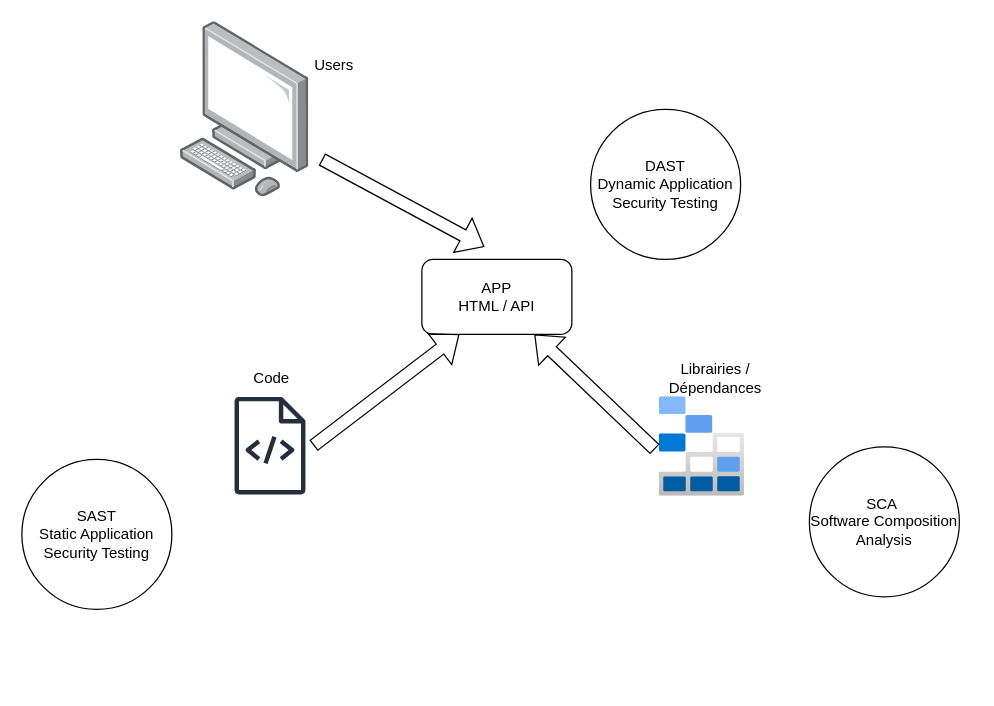
Before: security_flow.drawio in antikkorps/security_flow, a draw.io diagram. Source tidied: cells renumbered, new cells numbered last; positions are measured from the earlier drawing's top-left corner, leaving out a move shared by most shapes. Both pictures are drawn from the tidied source at 125%, with x=0, y=0 at pixel (21, 21). Pictures stored in the file or linked from it are replaced by grey dashed boxes.
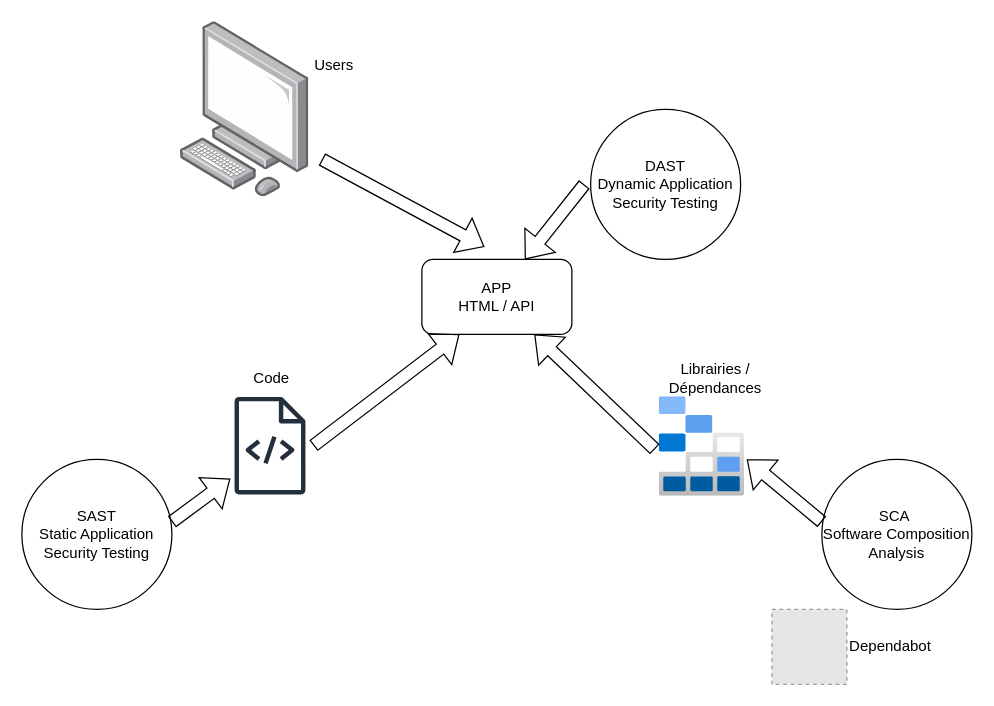
The same page after the edit.

Commit message (it also covers changes not shown here):
Mettre à jour security_flow.drawio

Unchanged cells that the change refers to:
```xml
<mxCell id="2" value="&lt;div&gt;APP&lt;/div&gt;HTML / API" style="rounded=1;whiteSpace=wrap;html=1;" parent="1" vertex="1">
  <mxGeometry x="320" y="190" width="120" height="60" as="geometry" />
</mxCell>
```

The edit, as a diff of the source:
```diff
@@
     <mxCell id="13" value="SCA&amp;nbsp;&lt;div&gt;Software Composition Analysis&lt;/div&gt;" style="ellipse;whiteSpace=wrap;html=1;" parent="1" vertex="1">
-      <mxGeometry x="630" y="340" width="120" height="120" as="geometry" />
+      <mxGeometry x="640" y="350" width="120" height="120" as="geometry" />
     </mxCell>
@@
+    <mxCell id="15" style="shape=flexArrow;endArrow=classic;html=1;rounded=0;entryX=0.687;entryY=0;entryDx=0;entryDy=0;entryPerimeter=0;" parent="1" edge="1" target="2">
+      <mxGeometry relative="1" as="geometry">
+        <mxPoint x="450" y="130" as="sourcePoint" />
+      </mxGeometry>
+    </mxCell>
+    <mxCell id="16" style="shape=flexArrow;endArrow=classic;html=1;rounded=0;entryX=0.25;entryY=1;entryDx=0;entryDy=0;" parent="1" edge="1">
+      <mxGeometry relative="1" as="geometry">
+        <mxPoint x="120" y="400" as="sourcePoint" />
+        <mxPoint x="166.7" y="365.5" as="targetPoint" />
+      </mxGeometry>
+    </mxCell>
+    <mxCell id="17" style="shape=flexArrow;endArrow=classic;html=1;rounded=0;entryX=0.75;entryY=1;entryDx=0;entryDy=0;" parent="1" edge="1">
+      <mxGeometry relative="1" as="geometry">
+        <mxPoint x="640" y="400" as="sourcePoint" />
+        <mxPoint x="580" y="350" as="targetPoint" />
+      </mxGeometry>
+    </mxCell>
+    <mxCell id="18" style="fillColor=#E6E6E6;strokeColor=#999999;dashed=1;html=1;verticalAlign=top;verticalLabelPosition=bottom;labelBackgroundColor=#ffffff;" parent="1" vertex="1">
+      <mxGeometry x="600" y="470" width="60" height="60" as="geometry" />
+    </mxCell>
+    <mxCell id="19" value="Dependabot" style="text;html=1;whiteSpace=wrap;strokeColor=none;fillColor=none;align=center;verticalAlign=middle;rounded=0;" parent="1" vertex="1">
+      <mxGeometry x="640" y="485" width="110" height="30" as="geometry" />
+    </mxCell>
```
